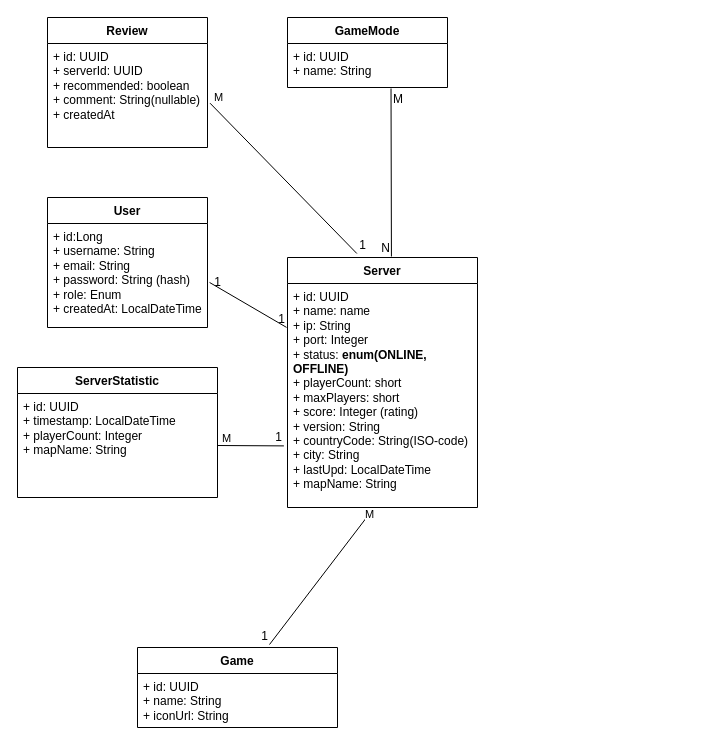
Above: diagrams/entities/entityRelationshipUML.drawio in Lytiy74/ServerPulse (draw.io), before the change. Source tidied: cells renumbered, new cells numbered last; positions are measured from the earlier drawing's top-left corner, leaving out a move shared by most shapes. Both pictures are drawn from the tidied source at 100%, with x=0, y=0 at pixel (17, 17).
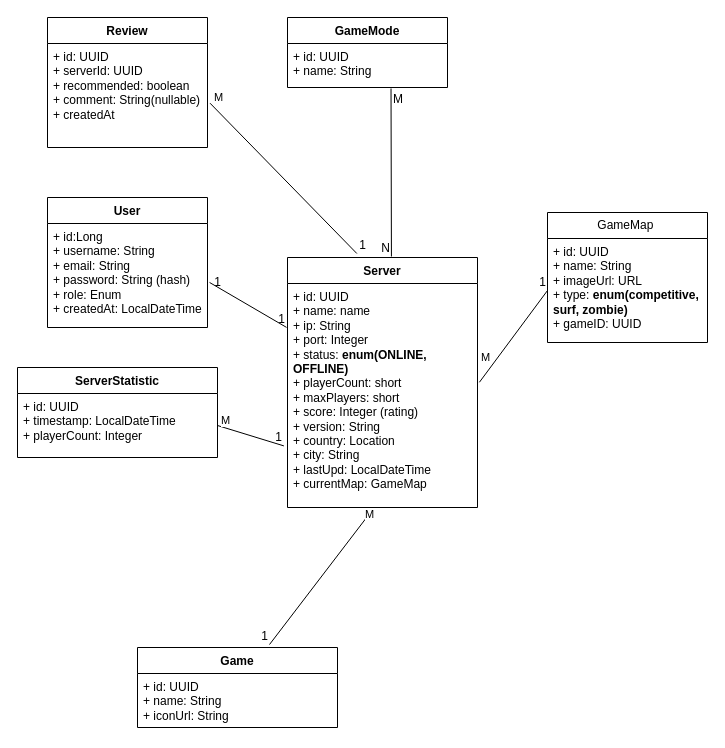
After the change.

Commit message:
new entity gameMap in Diagram

The change refers to these unchanged cells:
```xml
<mxCell id="4" value="Server" style="swimlane;fontStyle=1;align=center;verticalAlign=top;horizontal=1;startSize=26;whiteSpace=wrap;html=1;" parent="1" vertex="1">
  <mxGeometry x="270" y="240" width="190" height="250" as="geometry" />
</mxCell>
```

Diff of the diagram source:
```diff
@@
-    <mxCell id="5" value="+ id: UUID&lt;br&gt;&lt;div&gt;+ name: name&lt;br&gt;+ ip: String&lt;br&gt;+ port: Integer&lt;/div&gt;&lt;div&gt;+ status: &lt;b&gt;enum(ONLINE, OFFLINE)&lt;/b&gt;&lt;/div&gt;&lt;div&gt;+ playerCount: short&lt;br&gt;+ maxPlayers: short&lt;br&gt;+ score: Integer (rating)&lt;br&gt;+ version: String&lt;br&gt;+ countryCode: String(ISO-code)&lt;/div&gt;&lt;div&gt;+ city: String&lt;br&gt;+ lastUpd: LocalDateTime&lt;br&gt;+ mapName: String&lt;/div&gt;" style="text;strokeColor=none;fillColor=none;align=left;verticalAlign=top;spacingLeft=4;spacingRight=4;overflow=hidden;points=[[0,0.5],[1,0.5]];portConstraint=eastwest;whiteSpace=wrap;html=1;" parent="4" vertex="1">
+    <mxCell id="5" value="+ id: UUID&lt;br&gt;&lt;div&gt;+ name: name&lt;br&gt;+ ip: String&lt;br&gt;+ port: Integer&lt;/div&gt;&lt;div&gt;+ status: &lt;b&gt;enum(ONLINE, OFFLINE)&lt;/b&gt;&lt;/div&gt;&lt;div&gt;+ playerCount: short&lt;br&gt;+ maxPlayers: short&lt;br&gt;+ score: Integer (rating)&lt;br&gt;+ version: String&lt;br&gt;+ country: Location&lt;/div&gt;&lt;div&gt;+ city: String&lt;br&gt;+ lastUpd: LocalDateTime&lt;br&gt;+ currentMap: GameMap&lt;/div&gt;" style="text;strokeColor=none;fillColor=none;align=left;verticalAlign=top;spacingLeft=4;spacingRight=4;overflow=hidden;points=[[0,0.5],[1,0.5]];portConstraint=eastwest;whiteSpace=wrap;html=1;" parent="4" vertex="1">
       <mxGeometry y="26" width="190" height="224" as="geometry" />
     </mxCell>
     <mxCell id="6" value="ServerStatistic" style="swimlane;fontStyle=1;align=center;verticalAlign=top;horizontal=1;startSize=26;whiteSpace=wrap;html=1;" parent="1" vertex="1">
-      <mxGeometry y="350" width="200" height="130" as="geometry" />
+      <mxGeometry y="350" width="200" height="90" as="geometry" />
     </mxCell>
-    <mxCell id="7" value="+ id: UUID&lt;br&gt;&lt;div&gt;+ timestamp: LocalDateTime&lt;br&gt;+ playerCount: Integer&lt;br&gt;+ mapName: String&lt;/div&gt;" style="text;strokeColor=none;fillColor=none;align=left;verticalAlign=top;spacingLeft=4;spacingRight=4;overflow=hidden;points=[[0,0.5],[1,0.5]];portConstraint=eastwest;whiteSpace=wrap;html=1;" parent="6" vertex="1">
-      <mxGeometry y="26" width="200" height="104" as="geometry" />
+    <mxCell id="7" value="+ id: UUID&lt;br&gt;&lt;div&gt;+ timestamp: LocalDateTime&lt;br&gt;+ playerCount: Integer&lt;br&gt;&lt;br&gt;&lt;/div&gt;" style="text;strokeColor=none;fillColor=none;align=left;verticalAlign=top;spacingLeft=4;spacingRight=4;overflow=hidden;points=[[0,0.5],[1,0.5]];portConstraint=eastwest;whiteSpace=wrap;html=1;" parent="6" vertex="1">
+      <mxGeometry y="26" width="200" height="64" as="geometry" />
     </mxCell>
@@
+    <mxCell id="29" value="GameMap&amp;nbsp;" style="swimlane;fontStyle=0;horizontal=1;startSize=26;fillColor=none;whiteSpace=wrap;html=1;" parent="1" vertex="1">
+      <mxGeometry x="530" y="195" width="160" height="130" as="geometry" />
+    </mxCell>
+    <mxCell id="30" value="+ id: UUID&lt;br&gt;+ name: String&lt;br&gt;+ imageUrl: URL&lt;br&gt;+ type: &lt;b&gt;enum(competitive, surf, zombie)&lt;/b&gt;&lt;br&gt;+ gameID: UUID" style="text;strokeColor=none;fillColor=none;align=left;verticalAlign=top;spacingLeft=4;spacingRight=4;overflow=hidden;points=[[0,0.5],[1,0.5]];portConstraint=eastwest;whiteSpace=wrap;html=1;" parent="29" vertex="1">
+      <mxGeometry y="26" width="160" height="104" as="geometry" />
+    </mxCell>
+    <mxCell id="31" style="endArrow=none;html=1;rounded=0;entryX=0;entryY=0.5;entryDx=0;entryDy=0;exitX=1.01;exitY=0.441;exitDx=0;exitDy=0;exitPerimeter=0;" parent="1" edge="1" source="5" target="30">
+      <mxGeometry relative="1" as="geometry" />
+    </mxCell>
+    <mxCell id="32" value="1" style="html=1;whiteSpace=wrap;align=right;verticalAlign=bottom;" parent="31" vertex="1">
+      <mxGeometry x="1" relative="1" as="geometry" />
+    </mxCell>
+    <mxCell id="33" value="M" style="edgeLabel;html=1;align=center;verticalAlign=middle;" parent="31" vertex="1">
+      <mxGeometry x="-0.8" y="1" relative="1" as="geometry">
+        <mxPoint y="-16" as="offset" />
+      </mxGeometry>
+    </mxCell>
```
